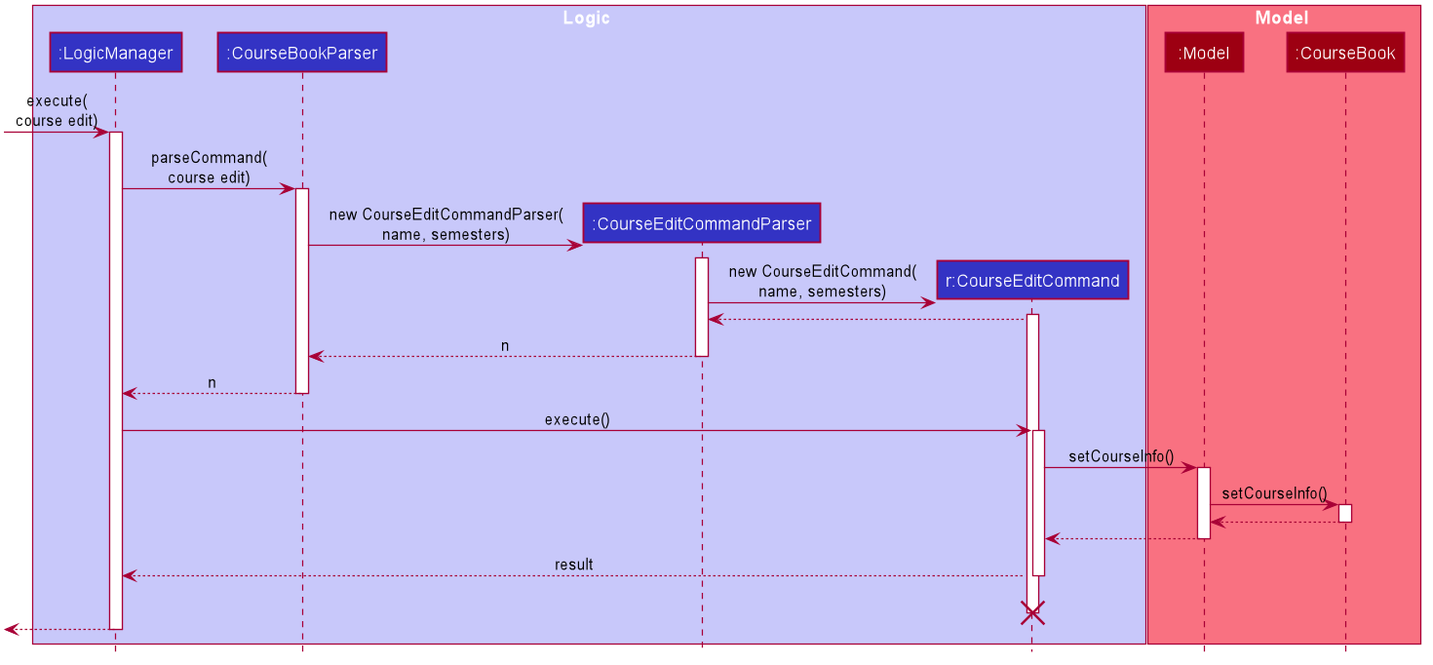
Before: images/developer-guide/CourseEditSequenceDiagram.png, a diagram exported from PlantUML (AY1920S2-CS2103T-F09-3/main).
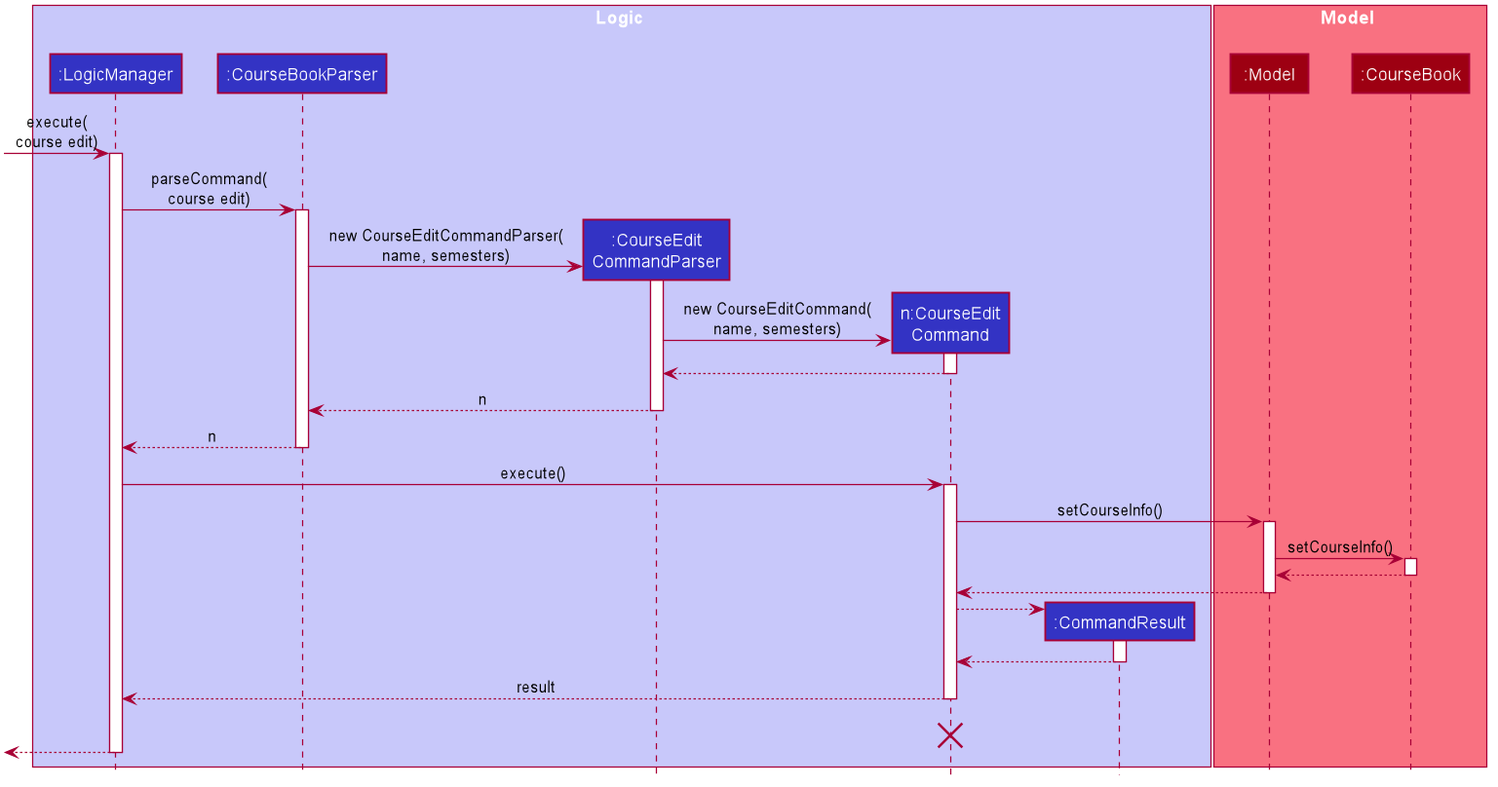
After the commit.

The edit, as a diff of the source:
```diff
@@ -53,8 +53,9 @@
 box Logic #C8C8FA
 participant ":LogicManager" as LogicManager #3333C4
 participant ":CourseBookParser" as CourseBookParser #3333C4
-participant ":CourseEditCommandParser" as CourseEditCommandParser #3333C4
-participant "r:CourseEditCommand" as CourseEditCommand #3333C4
+participant ":CourseEdit\nCommandParser" as CourseEditCommandParser #3333C4
+participant "n:CourseEdit\nCommand" as CourseEditCommand #3333C4
+participant ":CommandResult" as CommandResult #3333C4
 end box
 
 box Model #F97181
@@ -77,6 +78,8 @@
 activate CourseEditCommand
 
 CourseEditCommand --> CourseEditCommandParser
+deactivate CourseEditCommand
+
 CourseEditCommandParser --> CourseBookParser : n
 deactivate CourseEditCommandParser
 
@@ -98,6 +101,12 @@
 Model --> CourseEditCommand
 deactivate Model
 
+create CommandResult
+CourseEditCommand --> CommandResult
+activate CommandResult
+CommandResult --> CourseEditCommand
+deactivate CommandResult
+
 CourseEditCommand --> LogicManager : result
 deactivate CourseEditCommand
 CourseEditCommand -[hidden]-> LogicManager : result
```
